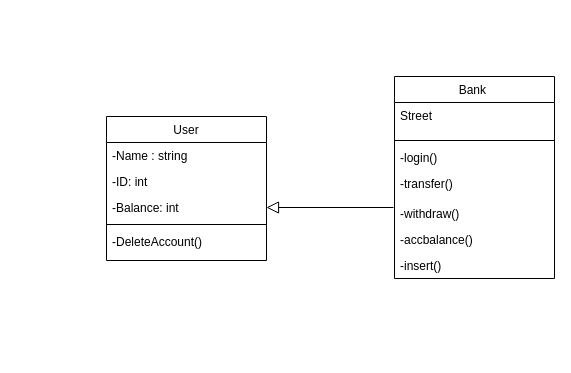
This is bank class .drawio from abdullahkbc/Python-Examples, a draw.io file, before an edit. Source tidied: cells renumbered, new cells numbered last; positions are measured from the earlier drawing's top-left corner, leaving out a move shared by most shapes. Both pictures are drawn from the tidied source at 100%, with x=0, y=0 at pixel (106, 76).
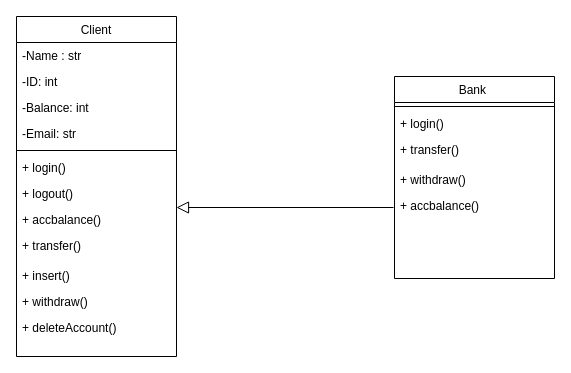
After the change.

Unchanged cells that the change refers to:
```xml
<mxCell id="9" value="Bank " style="swimlane;fontStyle=0;align=center;verticalAlign=top;horizontal=1;startSize=26;rounded=0;shadow=0;strokeWidth=1;" parent="1" vertex="1">
  <mxGeometry x="288" width="160" height="202" as="geometry" />
</mxCell>
```

What changed in the source:
```diff
@@
-    <mxCell id="2" value="User" style="swimlane;fontStyle=0;align=center;verticalAlign=top;horizontal=1;startSize=26;rounded=0;shadow=0;strokeWidth=1;" parent="1" vertex="1">
-      <mxGeometry y="40" width="160" height="144" as="geometry" />
+    <mxCell id="2" value="Client" style="swimlane;fontStyle=0;align=center;verticalAlign=top;horizontal=1;startSize=26;rounded=0;shadow=0;strokeWidth=1;" parent="1" vertex="1">
+      <mxGeometry x="-90" y="-60" width="160" height="340" as="geometry" />
     </mxCell>
-    <mxCell id="3" value="-Name : string" style="text;align=left;verticalAlign=top;spacingLeft=4;spacingRight=4;overflow=hidden;" parent="2" vertex="1">
+    <mxCell id="3" value="-Name : str" style="text;align=left;verticalAlign=top;spacingLeft=4;spacingRight=4;overflow=hidden;" parent="2" vertex="1">
       <mxGeometry y="26" width="160" height="26" as="geometry" />
     </mxCell>
@@
+    <mxCell id="7" value="-Email: str" style="text;align=left;verticalAlign=top;spacingLeft=4;spacingRight=4;overflow=hidden;" parent="2" vertex="1">
+      <mxGeometry y="104" width="160" height="26" as="geometry" />
+    </mxCell>
     <mxCell id="6" style="line;html=1;strokeWidth=1;align=left;verticalAlign=middle;spacingTop=-1;spacingLeft=3;spacingRight=3;labelPosition=right;" parent="2" vertex="1">
-      <mxGeometry y="104" width="160" height="8" as="geometry" />
+      <mxGeometry y="130" width="160" height="8" as="geometry" />
     </mxCell>
-    <mxCell id="7" value="-DeleteAccount()" style="text;align=left;verticalAlign=top;spacingLeft=4;spacingRight=4;overflow=hidden;" parent="2" vertex="1">
-      <mxGeometry y="112" width="160" height="26" as="geometry" />
-    </mxCell>
+    <mxCell id="17" value="+ login()" style="text;align=left;verticalAlign=top;spacingLeft=4;spacingRight=4;overflow=hidden;" parent="2" vertex="1">
+      <mxGeometry y="138" width="160" height="26" as="geometry" />
+    </mxCell>
+    <mxCell id="18" value="+ logout()" style="text;align=left;verticalAlign=top;spacingLeft=4;spacingRight=4;overflow=hidden;" parent="2" vertex="1">
+      <mxGeometry y="164" width="160" height="26" as="geometry" />
+    </mxCell>
+    <mxCell id="19" value="+ accbalance()" style="text;align=left;verticalAlign=top;spacingLeft=4;spacingRight=4;overflow=hidden;" parent="2" vertex="1">
+      <mxGeometry y="190" width="160" height="26" as="geometry" />
+    </mxCell>
+    <mxCell id="20" value="+ transfer()&#10;" style="text;align=left;verticalAlign=top;spacingLeft=4;spacingRight=4;overflow=hidden;" parent="2" vertex="1">
+      <mxGeometry y="216" width="160" height="30" as="geometry" />
+    </mxCell>
+    <mxCell id="21" value="+ insert()" style="text;align=left;verticalAlign=top;spacingLeft=4;spacingRight=4;overflow=hidden;" parent="2" vertex="1">
+      <mxGeometry y="246" width="160" height="26" as="geometry" />
+    </mxCell>
+    <mxCell id="22" value="+ withdraw()" style="text;align=left;verticalAlign=top;spacingLeft=4;spacingRight=4;overflow=hidden;" parent="2" vertex="1">
+      <mxGeometry y="272" width="160" height="26" as="geometry" />
+    </mxCell>
+    <mxCell id="23" value="+ deleteAccount()" style="text;align=left;verticalAlign=top;spacingLeft=4;spacingRight=4;overflow=hidden;" parent="2" vertex="1">
+      <mxGeometry y="298" width="160" height="26" as="geometry" />
+    </mxCell>
@@
-    <mxCell id="10" value="Street" style="text;align=left;verticalAlign=top;spacingLeft=4;spacingRight=4;overflow=hidden;" parent="9" vertex="1">
-      <mxGeometry y="26" width="160" height="34" as="geometry" />
-    </mxCell>
     <mxCell id="11" style="line;html=1;strokeWidth=1;align=left;verticalAlign=middle;spacingTop=-1;spacingLeft=3;spacingRight=3;labelPosition=right;" parent="9" vertex="1">
-      <mxGeometry y="60" width="160" height="8" as="geometry" />
+      <mxGeometry y="26" width="160" height="8" as="geometry" />
     </mxCell>
-    <mxCell id="12" value="-login()" style="text;align=left;verticalAlign=top;spacingLeft=4;spacingRight=4;overflow=hidden;" parent="9" vertex="1">
-      <mxGeometry y="68" width="160" height="26" as="geometry" />
+    <mxCell id="12" value="+ login()" style="text;align=left;verticalAlign=top;spacingLeft=4;spacingRight=4;overflow=hidden;" parent="9" vertex="1">
+      <mxGeometry y="34" width="160" height="26" as="geometry" />
     </mxCell>
-    <mxCell id="13" value="-transfer()&#10;" style="text;align=left;verticalAlign=top;spacingLeft=4;spacingRight=4;overflow=hidden;" parent="9" vertex="1">
-      <mxGeometry y="94" width="160" height="30" as="geometry" />
+    <mxCell id="13" value="+ transfer()&#10;" style="text;align=left;verticalAlign=top;spacingLeft=4;spacingRight=4;overflow=hidden;" parent="9" vertex="1">
+      <mxGeometry y="60" width="160" height="30" as="geometry" />
     </mxCell>
-    <mxCell id="14" value="-withdraw()" style="text;align=left;verticalAlign=top;spacingLeft=4;spacingRight=4;overflow=hidden;" parent="9" vertex="1">
-      <mxGeometry y="124" width="160" height="26" as="geometry" />
+    <mxCell id="14" value="+ withdraw()" style="text;align=left;verticalAlign=top;spacingLeft=4;spacingRight=4;overflow=hidden;" parent="9" vertex="1">
+      <mxGeometry y="90" width="160" height="26" as="geometry" />
     </mxCell>
-    <mxCell id="15" value="-accbalance()" style="text;align=left;verticalAlign=top;spacingLeft=4;spacingRight=4;overflow=hidden;" parent="9" vertex="1">
-      <mxGeometry y="150" width="160" height="26" as="geometry" />
-    </mxCell>
-    <mxCell id="16" value="-insert()" style="text;align=left;verticalAlign=top;spacingLeft=4;spacingRight=4;overflow=hidden;" parent="9" vertex="1">
-      <mxGeometry y="176" width="160" height="26" as="geometry" />
-    </mxCell>
+    <mxCell id="24" value="+ accbalance()" style="text;align=left;verticalAlign=top;spacingLeft=4;spacingRight=4;overflow=hidden;" parent="9" vertex="1">
+      <mxGeometry y="116" width="160" height="26" as="geometry" />
+    </mxCell>
```
